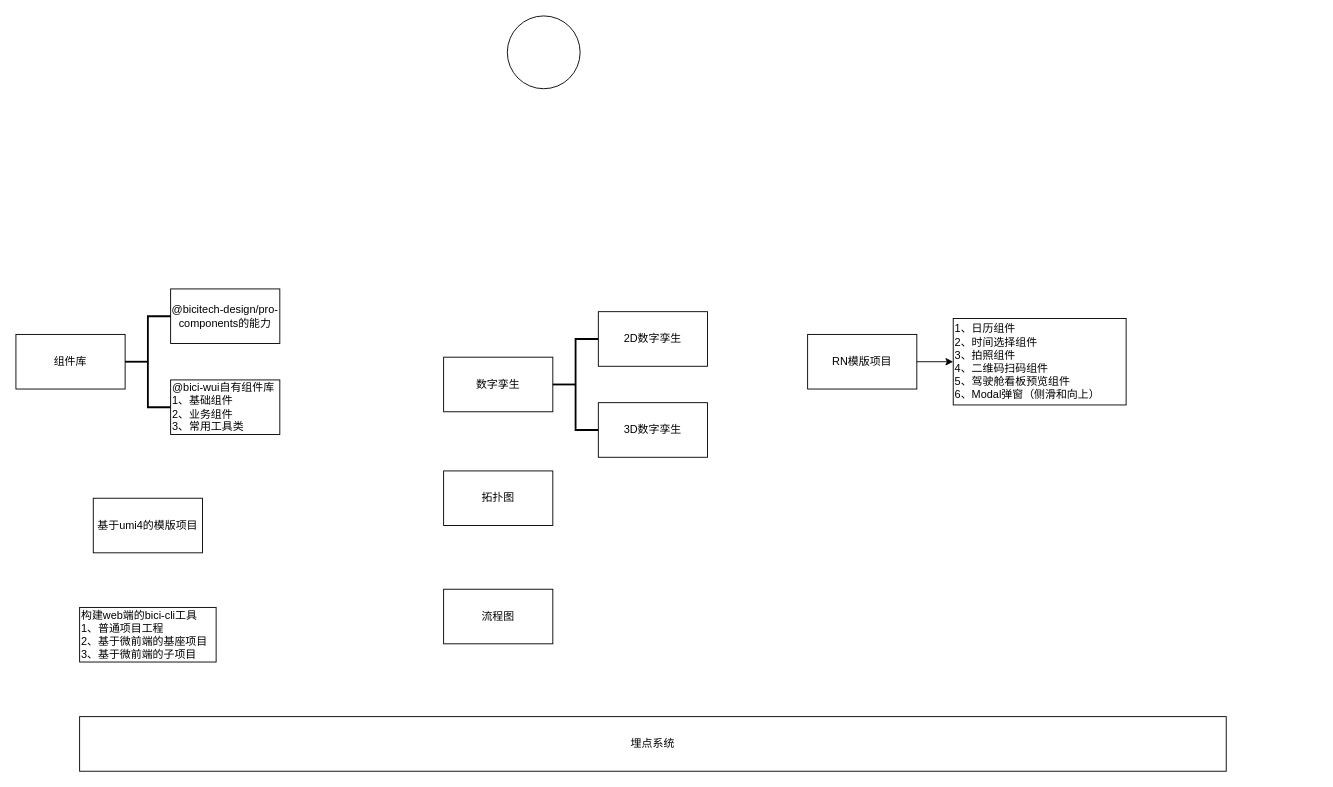
bici-fed/drawio_note keeps this draw.io diagram as page "前端规划图" (1 of 2) of 前端规划图.drawio. Above is the earlier version. Source tidied: cells renumbered, new cells numbered last; positions are measured from the earlier drawing's top-left corner, leaving out a move shared by most shapes. Both pictures are drawn from the tidied source at 91%, with x=0, y=0 at pixel (15, 15).
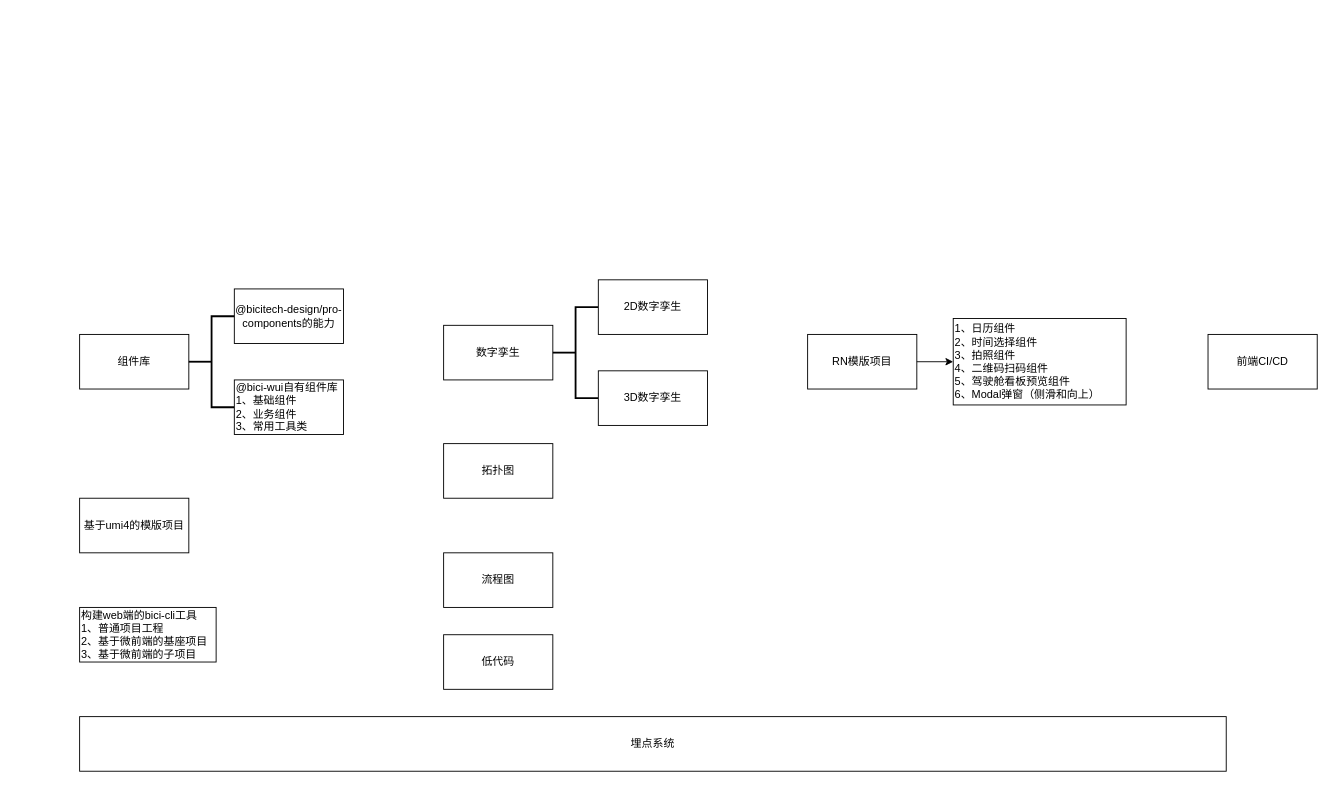
The same page after the edit.

Change to the diagram source:
```diff
@@
-    <mxCell id="2" style="ellipse;whiteSpace=wrap;html=1;" parent="1" vertex="1">
-      <mxGeometry x="540" width="80" height="80" as="geometry" />
-    </mxCell>
@@
     <mxCell id="4" value="流程图" style="rounded=0;whiteSpace=wrap;html=1;" parent="1" vertex="1">
-      <mxGeometry x="470" y="630" width="120" height="60" as="geometry" />
+      <mxGeometry x="470" y="590" width="120" height="60" as="geometry" />
     </mxCell>
     <mxCell id="5" value="拓扑图" style="rounded=0;whiteSpace=wrap;html=1;" parent="1" vertex="1">
-      <mxGeometry x="470" y="500" width="120" height="60" as="geometry" />
+      <mxGeometry x="470" y="470" width="120" height="60" as="geometry" />
     </mxCell>
     <mxCell id="6" style="group;" parent="1" vertex="1">
-      <mxGeometry x="470" y="325" width="290" height="160" as="geometry" />
+      <mxGeometry x="470" y="290" width="290" height="160" as="geometry" />
     </mxCell>
@@
     <mxCell id="11" value="基于umi4的模版项目" style="rounded=0;whiteSpace=wrap;html=1;" parent="1" vertex="1">
-      <mxGeometry x="85" y="530" width="120" height="60" as="geometry" />
+      <mxGeometry x="70" y="530" width="120" height="60" as="geometry" />
     </mxCell>
@@
     <mxCell id="17" style="group;" parent="1" vertex="1">
-      <mxGeometry y="300" width="290" height="160" as="geometry" />
+      <mxGeometry x="70" y="300" width="290" height="160" as="geometry" />
     </mxCell>
@@
+    <mxCell id="22" value="前端CI/CD" style="rounded=0;whiteSpace=wrap;html=1;" parent="1" vertex="1">
+      <mxGeometry x="1310" y="350" width="120" height="60" as="geometry" />
+    </mxCell>
+    <mxCell id="23" value="低代码" style="rounded=0;whiteSpace=wrap;html=1;" parent="1" vertex="1">
+      <mxGeometry x="470" y="680" width="120" height="60" as="geometry" />
+    </mxCell>
```
